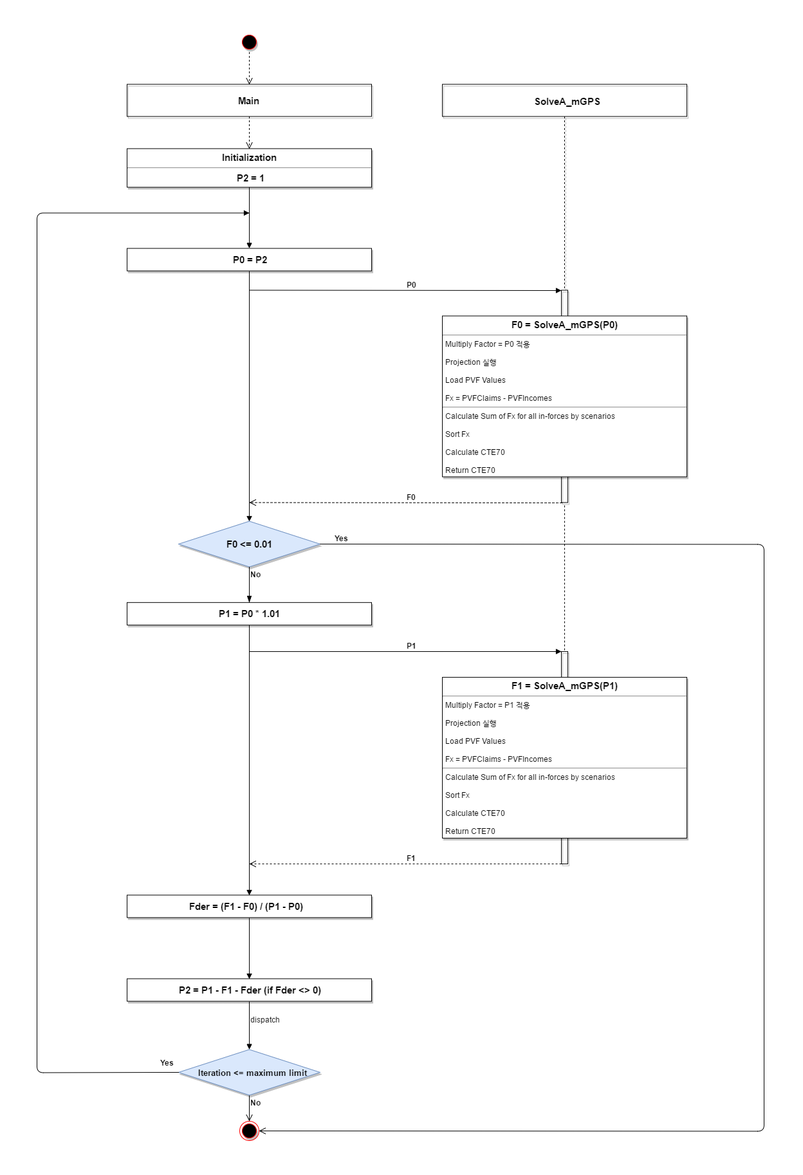
Above: SecantMethod.png in MillimanKorea/GoalSeek (draw.io), before the change. Source tidied: cells renumbered, new cells last; positions are measured from the earlier drawing's top-left corner, leaving out a move shared by most shapes.
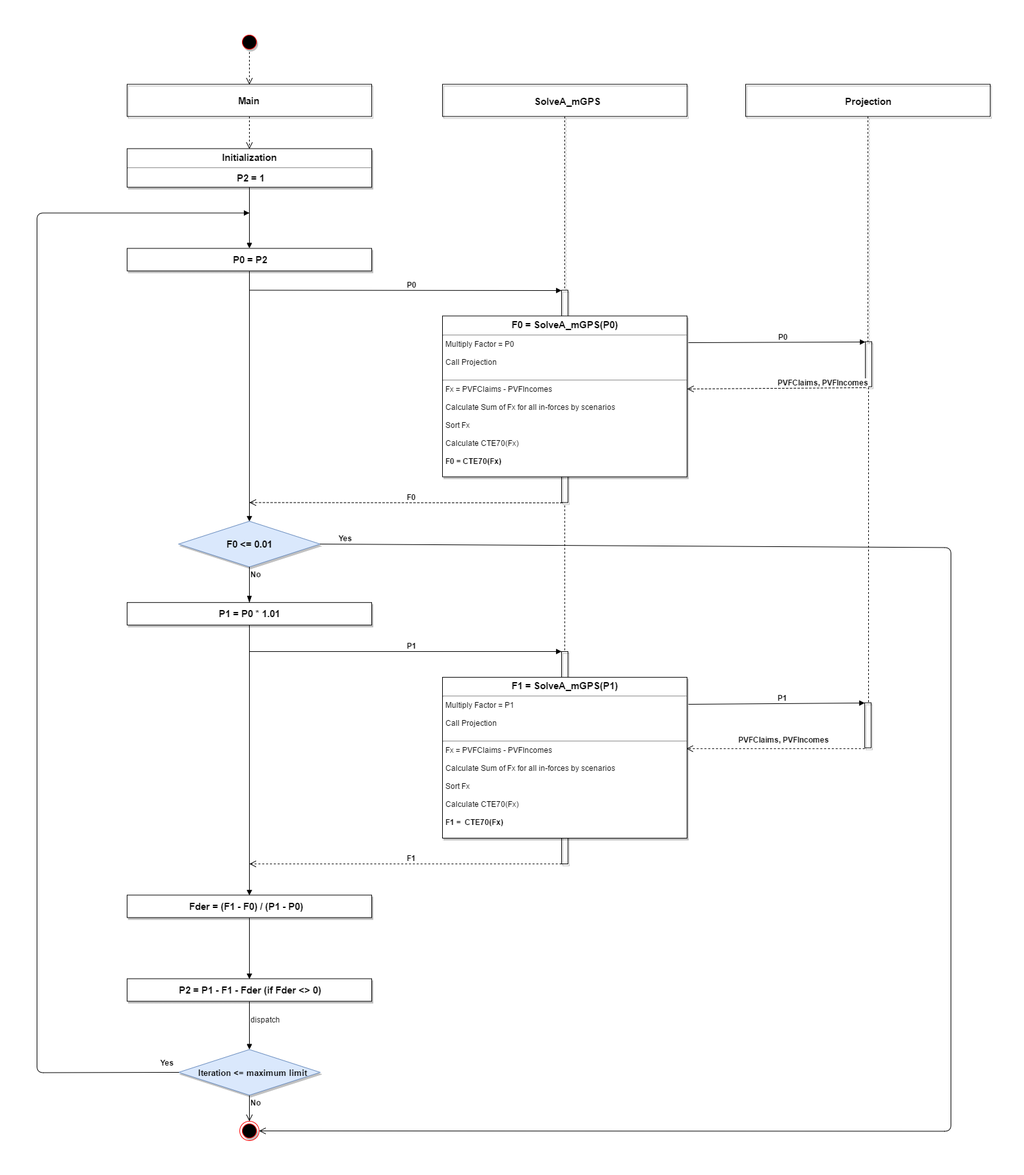
The same diagram one commit later.

Diff of the diagram source:
```diff
@@ -55,7 +55,7 @@
         <mxPoint x="330" y="730" as="targetPoint" />
       </mxGeometry>
     </mxCell>
-    <mxCell id="17" value="&lt;p style=&quot;margin: 0px ; margin-top: 4px ; text-align: center&quot;&gt;&lt;strong&gt;&lt;font style=&quot;font-size: 15px&quot;&gt;F0 = SolveA_mGPS(P0)&lt;/font&gt;&lt;/strong&gt;&lt;/p&gt;&lt;hr&gt;&lt;p style=&quot;margin: 0px ; margin-left: 4px&quot;&gt;Multiply Factor = P0 적용&lt;/p&gt;&lt;p style=&quot;margin: 0px ; margin-left: 4px&quot;&gt;&lt;br&gt;&lt;/p&gt;&lt;p style=&quot;margin: 0px ; margin-left: 4px&quot;&gt;Projection 실행&lt;/p&gt;&lt;p style=&quot;margin: 0px ; margin-left: 4px&quot;&gt;&lt;br&gt;&lt;/p&gt;&lt;p style=&quot;margin: 0px ; margin-left: 4px&quot;&gt;Load PVF Values&lt;/p&gt;&lt;p style=&quot;margin: 0px ; margin-left: 4px&quot;&gt;&lt;br&gt;&lt;/p&gt;&lt;p style=&quot;margin: 0px ; margin-left: 4px&quot;&gt;Fx = PVFClaims - PVFIncomes&lt;br&gt;&lt;/p&gt;&lt;hr&gt;&lt;p style=&quot;margin: 0px ; margin-left: 4px&quot;&gt;Calculate Sum of Fx for all in-forces by scenarios&lt;/p&gt;&lt;p style=&quot;margin: 0px ; margin-left: 4px&quot;&gt;&lt;br&gt;&lt;/p&gt;&lt;p style=&quot;margin: 0px ; margin-left: 4px&quot;&gt;Sort Fx&lt;/p&gt;&lt;p style=&quot;margin: 0px ; margin-left: 4px&quot;&gt;&lt;br&gt;&lt;/p&gt;&lt;p style=&quot;margin: 0px ; margin-left: 4px&quot;&gt;Calculate CTE70&lt;/p&gt;&lt;p style=&quot;margin: 0px ; margin-left: 4px&quot;&gt;&lt;br&gt;&lt;/p&gt;&lt;p style=&quot;margin: 0px ; margin-left: 4px&quot;&gt;Return CTE70&lt;/p&gt;" style="shadow=1;fillColor=#FFFFFF;gradientColor=none;verticalAlign=top;align=left;overflow=fill;fontSize=12;fontFamily=Helvetica;html=1;" parent="1" vertex="1">
+    <mxCell id="17" value="&lt;p style=&quot;margin: 0px ; margin-top: 4px ; text-align: center&quot;&gt;&lt;strong&gt;&lt;font style=&quot;font-size: 15px&quot;&gt;F0 = SolveA_mGPS(P0)&lt;/font&gt;&lt;/strong&gt;&lt;/p&gt;&lt;hr&gt;&lt;p style=&quot;margin: 0px ; margin-left: 4px&quot;&gt;Multiply Factor = P0&lt;/p&gt;&lt;p style=&quot;margin: 0px ; margin-left: 4px&quot;&gt;&lt;br&gt;&lt;/p&gt;&lt;p style=&quot;margin: 0px ; margin-left: 4px&quot;&gt;Call Projection&lt;/p&gt;&lt;p style=&quot;margin: 0px ; margin-left: 4px&quot;&gt;&lt;br&gt;&lt;/p&gt;&lt;hr&gt;&lt;p style=&quot;margin: 0px ; margin-left: 4px&quot;&gt;&lt;span&gt;Fx = PVFClaims - PVFIncomes&lt;/span&gt;&lt;/p&gt;&lt;p style=&quot;margin: 0px ; margin-left: 4px&quot;&gt;&lt;br&gt;&lt;/p&gt;&lt;p style=&quot;margin: 0px ; margin-left: 4px&quot;&gt;Calculate Sum of Fx for all in-forces by scenarios&lt;/p&gt;&lt;p style=&quot;margin: 0px ; margin-left: 4px&quot;&gt;&lt;br&gt;&lt;/p&gt;&lt;p style=&quot;margin: 0px ; margin-left: 4px&quot;&gt;Sort Fx&lt;/p&gt;&lt;p style=&quot;margin: 0px ; margin-left: 4px&quot;&gt;&lt;br&gt;&lt;/p&gt;&lt;p style=&quot;margin: 0px ; margin-left: 4px&quot;&gt;Calculate CTE70(Fx)&lt;/p&gt;&lt;p style=&quot;margin: 0px ; margin-left: 4px&quot;&gt;&lt;br&gt;&lt;/p&gt;&lt;p style=&quot;margin: 0px ; margin-left: 4px&quot;&gt;&lt;b&gt;F0 = CTE70(Fx)&lt;/b&gt;&lt;/p&gt;" style="shadow=1;fillColor=#FFFFFF;gradientColor=none;verticalAlign=top;align=left;overflow=fill;fontSize=12;fontFamily=Helvetica;html=1;" parent="1" vertex="1">
       <mxGeometry x="630" y="440" width="380" height="250" as="geometry" />
     </mxCell>
     <mxCell id="18" value="&lt;b&gt;&lt;font style=&quot;font-size: 15px&quot;&gt;SolveA_mGPS&lt;/font&gt;&lt;/b&gt;" style="shape=umlLifeline;perimeter=lifelinePerimeter;whiteSpace=wrap;html=1;shadow=1;glass=0;comic=0;strokeWidth=1;fillColor=none;gradientColor=none;fontSize=12;align=center;size=50;" parent="1" vertex="1">
@@ -80,7 +80,7 @@
         <mxPoint x="330" y="1291.6" as="targetPoint" />
       </mxGeometry>
     </mxCell>
-    <mxCell id="23" value="&lt;p style=&quot;margin: 0px ; margin-top: 4px ; text-align: center&quot;&gt;&lt;strong&gt;&lt;font style=&quot;font-size: 15px&quot;&gt;F1 = SolveA_mGPS(P1)&lt;/font&gt;&lt;/strong&gt;&lt;/p&gt;&lt;hr&gt;&lt;p style=&quot;margin: 0px ; margin-left: 4px&quot;&gt;Multiply Factor = P1 적용&lt;/p&gt;&lt;p style=&quot;margin: 0px ; margin-left: 4px&quot;&gt;&lt;br&gt;&lt;/p&gt;&lt;p style=&quot;margin: 0px ; margin-left: 4px&quot;&gt;Projection 실행&lt;/p&gt;&lt;p style=&quot;margin: 0px ; margin-left: 4px&quot;&gt;&lt;br&gt;&lt;/p&gt;&lt;p style=&quot;margin: 0px ; margin-left: 4px&quot;&gt;Load PVF Values&lt;/p&gt;&lt;p style=&quot;margin: 0px ; margin-left: 4px&quot;&gt;&lt;br&gt;&lt;/p&gt;&lt;p style=&quot;margin: 0px ; margin-left: 4px&quot;&gt;Fx = PVFClaims - PVFIncomes&lt;br&gt;&lt;/p&gt;&lt;hr&gt;&lt;p style=&quot;margin: 0px ; margin-left: 4px&quot;&gt;Calculate Sum of Fx for all in-forces by scenarios&lt;/p&gt;&lt;p style=&quot;margin: 0px ; margin-left: 4px&quot;&gt;&lt;br&gt;&lt;/p&gt;&lt;p style=&quot;margin: 0px ; margin-left: 4px&quot;&gt;Sort Fx&lt;/p&gt;&lt;p style=&quot;margin: 0px ; margin-left: 4px&quot;&gt;&lt;br&gt;&lt;/p&gt;&lt;p style=&quot;margin: 0px ; margin-left: 4px&quot;&gt;Calculate CTE70&lt;/p&gt;&lt;p style=&quot;margin: 0px ; margin-left: 4px&quot;&gt;&lt;br&gt;&lt;/p&gt;&lt;p style=&quot;margin: 0px ; margin-left: 4px&quot;&gt;Return CTE70&lt;/p&gt;" style="shadow=1;fillColor=#FFFFFF;gradientColor=none;verticalAlign=top;align=left;overflow=fill;fontSize=12;fontFamily=Helvetica;html=1;" parent="1" vertex="1">
+    <mxCell id="23" value="&lt;p style=&quot;margin: 0px ; margin-top: 4px ; text-align: center&quot;&gt;&lt;strong&gt;&lt;font style=&quot;font-size: 15px&quot;&gt;F1 = SolveA_mGPS(P1)&lt;/font&gt;&lt;/strong&gt;&lt;/p&gt;&lt;hr&gt;&lt;p style=&quot;margin: 0px ; margin-left: 4px&quot;&gt;Multiply Factor = P1&lt;/p&gt;&lt;p style=&quot;margin: 0px ; margin-left: 4px&quot;&gt;&lt;br&gt;&lt;/p&gt;&lt;p style=&quot;margin: 0px ; margin-left: 4px&quot;&gt;Call Projection&lt;/p&gt;&lt;p style=&quot;margin: 0px ; margin-left: 4px&quot;&gt;&lt;br&gt;&lt;/p&gt;&lt;hr&gt;&lt;p style=&quot;margin: 0px ; margin-left: 4px&quot;&gt;&lt;span&gt;Fx = PVFClaims - PVFIncomes&lt;/span&gt;&lt;/p&gt;&lt;p style=&quot;margin: 0px ; margin-left: 4px&quot;&gt;&lt;br&gt;&lt;/p&gt;&lt;p style=&quot;margin: 0px ; margin-left: 4px&quot;&gt;Calculate Sum of Fx for all in-forces by scenarios&lt;/p&gt;&lt;p style=&quot;margin: 0px ; margin-left: 4px&quot;&gt;&lt;br&gt;&lt;/p&gt;&lt;p style=&quot;margin: 0px ; margin-left: 4px&quot;&gt;Sort Fx&lt;/p&gt;&lt;p style=&quot;margin: 0px ; margin-left: 4px&quot;&gt;&lt;br&gt;&lt;/p&gt;&lt;p style=&quot;margin: 0px ; margin-left: 4px&quot;&gt;Calculate CTE70(Fx)&lt;/p&gt;&lt;p style=&quot;margin: 0px ; margin-left: 4px&quot;&gt;&lt;br&gt;&lt;/p&gt;&lt;p style=&quot;margin: 0px ; margin-left: 4px&quot;&gt;&lt;b&gt;F1 = &amp;nbsp;CTE70(Fx)&lt;/b&gt;&lt;/p&gt;" style="shadow=1;fillColor=#FFFFFF;gradientColor=none;verticalAlign=top;align=left;overflow=fill;fontSize=12;fontFamily=Helvetica;html=1;" parent="1" vertex="1">
       <mxGeometry x="630" y="1001.6" width="380" height="250" as="geometry" />
     </mxCell>
     <mxCell id="24" value="&lt;b&gt;&lt;font style=&quot;font-size: 15px&quot;&gt;Fder = (F1 - F0) / (P1 - P0)&lt;/font&gt;&lt;/b&gt;&lt;br&gt;" style="html=1;glass=0;strokeWidth=1;fontSize=15;align=center;comic=0;shadow=1;" parent="1" vertex="1">
@@ -113,9 +113,9 @@
     <mxCell id="31" value="&lt;b&gt;Yes&lt;/b&gt;" style="html=1;verticalAlign=bottom;endArrow=open;endSize=8;shadow=0;strokeColor=#000000;fontSize=12;align=left;exitX=1;exitY=0.5;entryX=1;entryY=0.5;comic=0;" parent="1" edge="1" source="9" target="8">
       <mxGeometry x="-0.98" relative="1" as="geometry">
         <Array as="points">
-          <mxPoint x="1130" y="795" />
-          <mxPoint x="1130" y="1260" />
-          <mxPoint x="1130" y="1707" />
+          <mxPoint x="1420" y="800" />
+          <mxPoint x="1420" y="1270" />
+          <mxPoint x="1420" y="1707" />
         </Array>
       </mxGeometry>
     </mxCell>
@@ -125,5 +125,35 @@
     <mxCell id="33" style="html=1;verticalAlign=bottom;startArrow=none;startFill=0;endArrow=block;startSize=8;shadow=0;strokeColor=#000000;fontSize=12;align=left;exitX=0.5;exitY=1;entryX=0.5;entryY=0;" parent="1" edge="1" source="2" target="24">
       <mxGeometry relative="1" as="geometry" />
     </mxCell>
+    <mxCell id="34" value="&lt;span style=&quot;font-size: 15px&quot;&gt;&lt;b&gt;Projection&lt;/b&gt;&lt;/span&gt;" style="shape=umlLifeline;perimeter=lifelinePerimeter;whiteSpace=wrap;html=1;shadow=1;glass=0;comic=0;strokeWidth=1;fillColor=none;gradientColor=none;fontSize=12;align=center;size=50;" parent="1" vertex="1">
+      <mxGeometry x="1101" y="80" width="380" height="400" as="geometry" />
+    </mxCell>
+    <mxCell id="35" style="html=1;points=[];perimeter=orthogonalPerimeter;shadow=1;glass=0;comic=0;strokeWidth=1;fillColor=none;gradientColor=none;fontSize=12;align=center;" parent="1" vertex="1">
+      <mxGeometry x="1286" y="1041.1" width="10" height="70" as="geometry" />
+    </mxCell>
+    <mxCell id="36" value="&lt;b&gt;P1&lt;/b&gt;" style="html=1;verticalAlign=bottom;endArrow=block;entryX=0;entryY=0;shadow=0;strokeColor=#000000;fontSize=12;align=left;exitX=1.006;exitY=0.168;exitPerimeter=0;" parent="1" edge="1" source="23" target="35">
+      <mxGeometry relative="1" as="geometry" />
+    </mxCell>
+    <mxCell id="37" value="&lt;div style=&quot;text-align: center&quot;&gt;&lt;b style=&quot;font-family: &amp;#34;helvetica&amp;#34; ; font-size: 12px&quot;&gt;PVFClaims, PVFIncomes&lt;/b&gt;&lt;/div&gt;" style="html=1;verticalAlign=bottom;endArrow=open;dashed=1;endSize=8;exitX=0.011;exitY=1.023;shadow=0;strokeColor=#000000;fontSize=12;align=left;exitPerimeter=0;entryX=0.997;entryY=0.444;entryPerimeter=0;" parent="1" edge="1" source="35" target="23">
+      <mxGeometry x="0.43" y="-5" relative="1" as="geometry" />
+    </mxCell>
+    <mxCell id="38" style="html=1;verticalAlign=bottom;endArrow=none;dashed=1;endSize=8;shadow=0;strokeColor=#000000;fontSize=12;align=left;endFill=0;entryX=0.544;entryY=1.009;entryPerimeter=0;" parent="1" edge="1" target="39">
+      <mxGeometry relative="1" as="geometry">
+        <mxPoint x="1292" y="1040" as="sourcePoint" />
+      </mxGeometry>
+    </mxCell>
+    <mxCell id="39" style="html=1;points=[];perimeter=orthogonalPerimeter;shadow=1;glass=0;comic=0;strokeWidth=1;fillColor=none;gradientColor=none;fontSize=12;align=center;" parent="1" vertex="1">
+      <mxGeometry x="1287" y="480" width="10" height="70" as="geometry" />
+    </mxCell>
+    <mxCell id="40" value="&lt;b&gt;P0&lt;/b&gt;" style="html=1;verticalAlign=bottom;endArrow=block;entryX=0;entryY=0;shadow=0;strokeColor=#000000;fontSize=12;align=left;exitX=1.003;exitY=0.165;exitPerimeter=0;" parent="1" edge="1" target="39">
+      <mxGeometry x="112" y="290.5" as="geometry">
+        <mxPoint x="1012" y="481.5" as="sourcePoint" />
+      </mxGeometry>
+    </mxCell>
+    <mxCell id="41" value="&lt;div style=&quot;text-align: center&quot;&gt;&lt;b style=&quot;font-family: &amp;#34;helvetica&amp;#34; ; font-size: 12px&quot;&gt;PVFClaims, PVFIncomes&lt;/b&gt;&lt;/div&gt;" style="html=1;verticalAlign=bottom;endArrow=open;dashed=1;endSize=8;exitX=0.011;exitY=1.023;shadow=0;strokeColor=#000000;fontSize=12;align=left;exitPerimeter=0;entryX=0.998;entryY=0.453;entryPerimeter=0;" parent="1" edge="1" source="39">
+      <mxGeometry x="110" y="361.5" as="geometry">
+        <mxPoint x="1010" y="553.5" as="targetPoint" />
+      </mxGeometry>
+    </mxCell>
   </root>
 </mxGraphModel>
```
